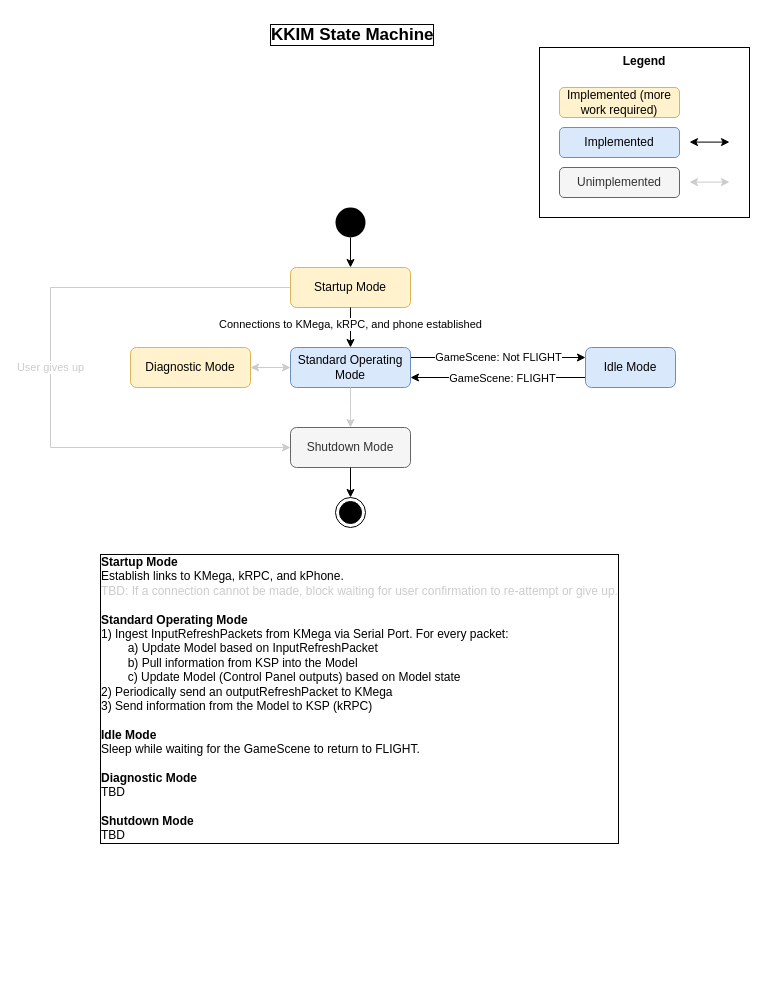
The draw.io diagram page "KKIM" (1 of 3) of Diagrams/StateMachines.drawio in mountaineerman/KCP2, before the edit. Source tidied: cells renumbered, new cells numbered last; positions are measured from the earlier drawing's top-left corner, leaving out a move shared by most shapes. Both pictures are drawn from the tidied source at 100%, with x=0, y=0 at pixel (50, 17).
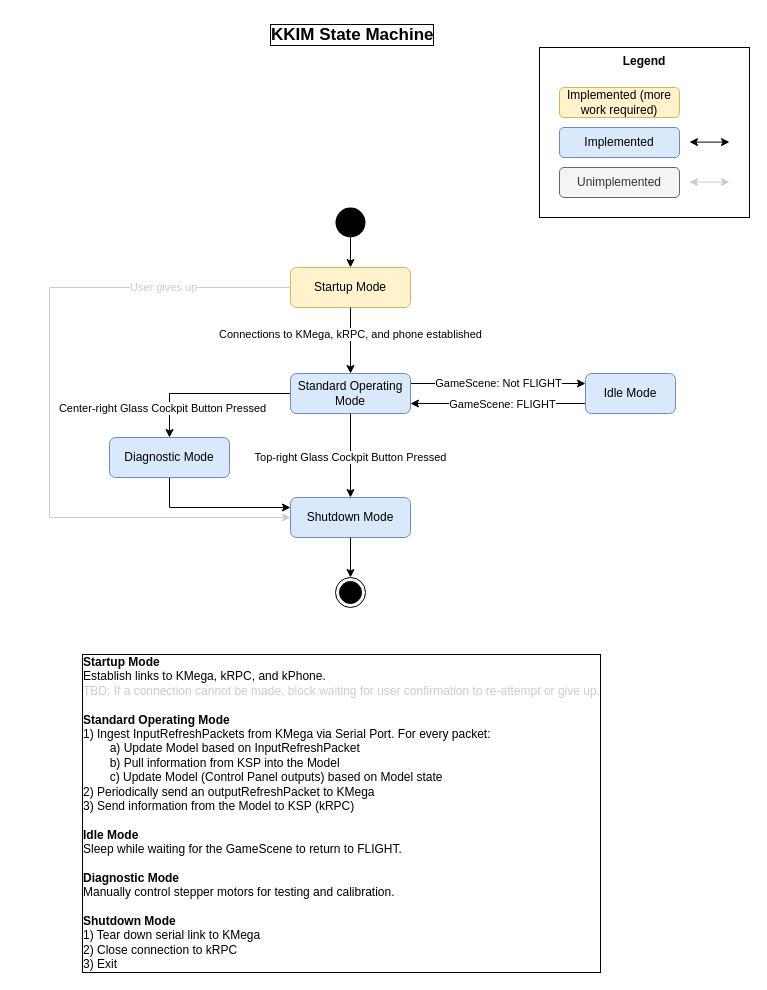
Above is the later version.

Commit message (it also covers changes not shown here):
KKIM: added diagnostic mode (for controlling stepper motors) (untested)

Unchanged cells that the change refers to:
```xml
<mxCell id="9" value="Startup Mode" style="rounded=1;whiteSpace=wrap;html=1;fillColor=#fff2cc;strokeColor=#d6b656;" parent="1" vertex="1">
  <mxGeometry x="240" y="250" width="120" height="40" as="geometry" />
</mxCell>
```

Change to the diagram source:
```diff
@@
     <mxCell id="3" value="GameScene: Not FLIGHT" style="edgeStyle=orthogonalEdgeStyle;rounded=0;jettySize=auto;html=1;entryX=0;entryY=0.25;entryDx=0;entryDy=0;exitX=1;exitY=0.25;exitDx=0;exitDy=0;" parent="1" edge="1" source="4" target="25">
       <mxGeometry relative="1" as="geometry">
         <Array as="points">
-          <mxPoint x="430" y="340" />
-          <mxPoint x="430" y="340" />
+          <mxPoint x="389" y="366" />
+          <mxPoint x="389" y="366" />
         </Array>
       </mxGeometry>
     </mxCell>
+    <mxCell id="16" style="edgeStyle=orthogonalEdgeStyle;rounded=0;jettySize=auto;html=1;entryX=0.5;entryY=0;entryDx=0;entryDy=0;" parent="1" edge="1" source="4" target="7">
+      <mxGeometry relative="1" as="geometry" />
+    </mxCell>
+    <mxCell id="28" value="Center-right Glass Cockpit Button Pressed" style="edgeLabel;html=1;align=center;verticalAlign=middle;" parent="16" vertex="1">
+      <mxGeometry x="0.23" relative="1" as="geometry">
+        <mxPoint x="-28" y="14" as="offset" />
+      </mxGeometry>
+    </mxCell>
     <mxCell id="4" value="Standard Operating Mode" style="rounded=1;whiteSpace=wrap;html=1;fillColor=#dae8fc;strokeColor=#6c8ebf;" parent="1" vertex="1">
-      <mxGeometry x="240" y="330" width="120" height="40" as="geometry" />
+      <mxGeometry x="240" y="356" width="120" height="40" as="geometry" />
     </mxCell>
@@
     <mxCell id="6" style="ellipse;html=1;shape=endState;fillColor=#000000;strokeColor=#000000;" parent="1" vertex="1">
-      <mxGeometry x="285" y="480" width="30" height="30" as="geometry" />
+      <mxGeometry x="285" y="560" width="30" height="30" as="geometry" />
     </mxCell>
+    <mxCell id="29" style="edgeStyle=orthogonalEdgeStyle;rounded=0;jettySize=auto;html=1;entryX=0;entryY=0.25;entryDx=0;entryDy=0;" parent="1" edge="1" source="7" target="10">
+      <mxGeometry relative="1" as="geometry">
+        <Array as="points">
+          <mxPoint x="119" y="490" />
+        </Array>
+      </mxGeometry>
+    </mxCell>
-    <mxCell id="7" value="Diagnostic Mode" style="rounded=1;whiteSpace=wrap;html=1;fillColor=#fff2cc;strokeColor=#d6b656;" parent="1" vertex="1">
-      <mxGeometry x="80" y="330" width="120" height="40" as="geometry" />
+    <mxCell id="7" value="Diagnostic Mode" style="rounded=1;whiteSpace=wrap;html=1;fillColor=#dae8fc;strokeColor=#6c8ebf;" parent="1" vertex="1">
+      <mxGeometry x="59" y="420" width="120" height="40" as="geometry" />
     </mxCell>
+    <mxCell id="30" style="edgeStyle=orthogonalEdgeStyle;rounded=0;jettySize=auto;html=1;entryX=0;entryY=0.5;entryDx=0;entryDy=0;strokeColor=#CCCCCC;" parent="1" edge="1" source="9" target="10">
+      <mxGeometry relative="1" as="geometry">
+        <Array as="points">
+          <mxPoint x="-1" y="270" />
+          <mxPoint x="-1" y="500" />
+        </Array>
+      </mxGeometry>
+    </mxCell>
-    <mxCell id="8" value="&lt;font style=&quot;color: rgb(204, 204, 204);&quot;&gt;User gives up&lt;/font&gt;" style="edgeStyle=orthogonalEdgeStyle;rounded=0;jettySize=auto;html=1;entryX=0;entryY=0.5;entryDx=0;entryDy=0;strokeColor=#CCCCCC;" parent="1" edge="1" source="9" target="10">
-      <mxGeometry relative="1" as="geometry">
-        <Array as="points">
-          <mxPoint y="270" />
-          <mxPoint y="430" />
-        </Array>
-      </mxGeometry>
+    <mxCell id="8" value="&lt;span style=&quot;color: rgb(204, 204, 204);&quot;&gt;User gives up&lt;/span&gt;" style="edgeLabel;html=1;align=center;verticalAlign=middle;" parent="30" vertex="1">
+      <mxGeometry x="-0.64" y="-1" relative="1" as="geometry" />
     </mxCell>
@@
-    <mxCell id="10" value="Shutdown Mode" style="rounded=1;whiteSpace=wrap;html=1;fillColor=#f5f5f5;strokeColor=#666666;fontColor=#333333;" parent="1" vertex="1">
-      <mxGeometry x="240" y="410" width="120" height="40" as="geometry" />
+    <mxCell id="10" value="Shutdown Mode" style="rounded=1;whiteSpace=wrap;html=1;fillColor=#dae8fc;strokeColor=#6c8ebf;" parent="1" vertex="1">
+      <mxGeometry x="240" y="480" width="120" height="40" as="geometry" />
     </mxCell>
@@
-    <mxCell id="14" style="endArrow=classic;html=1;exitX=0.5;exitY=1;exitDx=0;exitDy=0;entryX=0.5;entryY=0;entryDx=0;entryDy=0;strokeColor=#CCCCCC;" parent="1" edge="1" source="4" target="10">
-      <mxGeometry relative="1" as="geometry">
-        <Array as="points">
-          <mxPoint x="300" y="390" />
-        </Array>
-      </mxGeometry>
+    <mxCell id="14" value="Top-right Glass Cockpit Button Pressed" style="endArrow=classic;html=1;exitX=0.5;exitY=1;exitDx=0;exitDy=0;entryX=0.5;entryY=0;entryDx=0;entryDy=0;strokeColor=#000000;" parent="1" edge="1" source="4" target="10">
+      <mxGeometry x="0.05" relative="1" as="geometry" />
     </mxCell>
@@
-    <mxCell id="16" style="endArrow=classic;html=1;exitX=0;exitY=0.5;exitDx=0;exitDy=0;entryX=1;entryY=0.5;entryDx=0;entryDy=0;startArrow=classic;startFill=1;strokeColor=#CCCCCC;" parent="1" edge="1" source="4" target="7">
-      <mxGeometry relative="1" as="geometry" />
-    </mxCell>
@@
-    <mxCell id="20" value="&lt;b&gt;Startup Mode&lt;/b&gt;&lt;div&gt;Establish links to KMega, kRPC, and kPhone.&lt;/div&gt;&lt;div&gt;&lt;font color=&quot;#cccccc&quot;&gt;TBD: If a connection cannot be made, block waiting for user confirmation to re-attempt or give up.&lt;/font&gt;&lt;/div&gt;&lt;div&gt;&lt;br&gt;&lt;/div&gt;&lt;div&gt;&lt;b&gt;Standard Operating Mode&lt;/b&gt;&lt;/div&gt;&lt;div&gt;&lt;span style=&quot;&quot;&gt;1) Ingest InputRefreshPackets from KMega via Serial Port. For every packet:&lt;/span&gt;&lt;br&gt;&lt;/div&gt;&lt;div&gt;&lt;span style=&quot;&quot;&gt;&lt;span style=&quot;white-space: pre;&quot;&gt;&#9;&lt;/span&gt;a) Update Model based on&amp;nbsp;&lt;/span&gt;&lt;span style=&quot;&quot;&gt;InputRefreshPacket&lt;/span&gt;&lt;span style=&quot;&quot;&gt;&lt;br&gt;&lt;/span&gt;&lt;/div&gt;&lt;div&gt;&lt;span style=&quot;&quot;&gt;&lt;span style=&quot;white-space: pre;&quot;&gt;&#9;&lt;/span&gt;b) Pull information from KSP into the Model&lt;/span&gt;&lt;/div&gt;&lt;div&gt;&lt;span style=&quot;&quot;&gt;&lt;span style=&quot;white-space: pre;&quot;&gt;&#9;&lt;/span&gt;c) Update Model (Control Panel outputs) based on Model state&lt;br&gt;&lt;/span&gt;&lt;/div&gt;&lt;div&gt;2) Periodically send an outputRefreshPacket to KMega&lt;/div&gt;&lt;div&gt;3) Send information from the Model to KSP (kRPC)&lt;/div&gt;&lt;div&gt;&lt;br&gt;&lt;/div&gt;&lt;div&gt;&lt;div&gt;&lt;b&gt;Idle Mode&lt;/b&gt;&lt;br&gt;&lt;/div&gt;&lt;/div&gt;&lt;div&gt;Sleep while waiting for the GameScene to return to FLIGHT.&lt;/div&gt;&lt;div&gt;&lt;b&gt;&lt;br&gt;&lt;/b&gt;&lt;/div&gt;&lt;div&gt;&lt;b&gt;Diagnostic Mode&lt;/b&gt;&lt;/div&gt;&lt;div&gt;TBD&lt;/div&gt;&lt;div&gt;&lt;br&gt;&lt;/div&gt;&lt;div&gt;&lt;b&gt;Shutdown Mode&lt;/b&gt;&lt;/div&gt;&lt;div&gt;TBD&lt;/div&gt;" style="text;html=1;align=left;verticalAlign=top;whiteSpace=wrap;rounded=0;labelBackgroundColor=default;labelBorderColor=default;" parent="1" vertex="1">
-      <mxGeometry x="48" y="530" width="540" height="310" as="geometry" />
+    <mxCell id="20" value="&lt;b&gt;Startup Mode&lt;/b&gt;&lt;div&gt;Establish links to KMega, kRPC, and kPhone.&lt;/div&gt;&lt;div&gt;&lt;font color=&quot;#cccccc&quot;&gt;TBD: If a connection cannot be made, block waiting for user confirmation to re-attempt or give up.&lt;/font&gt;&lt;/div&gt;&lt;div&gt;&lt;br&gt;&lt;/div&gt;&lt;div&gt;&lt;b&gt;Standard Operating Mode&lt;/b&gt;&lt;/div&gt;&lt;div&gt;&lt;span style=&quot;&quot;&gt;1) Ingest InputRefreshPackets from KMega via Serial Port. For every packet:&lt;/span&gt;&lt;br&gt;&lt;/div&gt;&lt;div&gt;&lt;span style=&quot;&quot;&gt;&lt;span style=&quot;white-space: pre;&quot;&gt;&#9;&lt;/span&gt;a) Update Model based on&amp;nbsp;&lt;/span&gt;&lt;span style=&quot;&quot;&gt;InputRefreshPacket&lt;/span&gt;&lt;span style=&quot;&quot;&gt;&lt;br&gt;&lt;/span&gt;&lt;/div&gt;&lt;div&gt;&lt;span style=&quot;&quot;&gt;&lt;span style=&quot;white-space: pre;&quot;&gt;&#9;&lt;/span&gt;b) Pull information from KSP into the Model&lt;/span&gt;&lt;/div&gt;&lt;div&gt;&lt;span style=&quot;&quot;&gt;&lt;span style=&quot;white-space: pre;&quot;&gt;&#9;&lt;/span&gt;c) Update Model (Control Panel outputs) based on Model state&lt;br&gt;&lt;/span&gt;&lt;/div&gt;&lt;div&gt;2) Periodically send an outputRefreshPacket to KMega&lt;/div&gt;&lt;div&gt;3) Send information from the Model to KSP (kRPC)&lt;/div&gt;&lt;div&gt;&lt;br&gt;&lt;/div&gt;&lt;div&gt;&lt;div&gt;&lt;b&gt;Idle Mode&lt;/b&gt;&lt;br&gt;&lt;/div&gt;&lt;/div&gt;&lt;div&gt;Sleep while waiting for the GameScene to return to FLIGHT.&lt;/div&gt;&lt;div&gt;&lt;b&gt;&lt;br&gt;&lt;/b&gt;&lt;/div&gt;&lt;div&gt;&lt;b&gt;Diagnostic Mode&lt;/b&gt;&lt;/div&gt;&lt;div&gt;Manually control stepper motors for testing and calibration.&lt;/div&gt;&lt;div&gt;&lt;br&gt;&lt;/div&gt;&lt;div&gt;&lt;b&gt;Shutdown Mode&lt;/b&gt;&lt;/div&gt;&lt;div&gt;1) Tear down serial link to KMega&lt;/div&gt;&lt;div&gt;2) Close connection to kRPC&lt;/div&gt;&lt;div&gt;3) Exit&lt;/div&gt;" style="text;html=1;align=left;verticalAlign=top;whiteSpace=wrap;rounded=0;labelBackgroundColor=default;labelBorderColor=default;" parent="1" vertex="1">
+      <mxGeometry x="30" y="630" width="540" height="310" as="geometry" />
     </mxCell>
@@
     <mxCell id="25" value="Idle Mode" style="rounded=1;whiteSpace=wrap;html=1;fillColor=#dae8fc;strokeColor=#6c8ebf;" parent="1" vertex="1">
-      <mxGeometry x="535" y="330" width="90" height="40" as="geometry" />
+      <mxGeometry x="535" y="356" width="90" height="40" as="geometry" />
     </mxCell>
```
